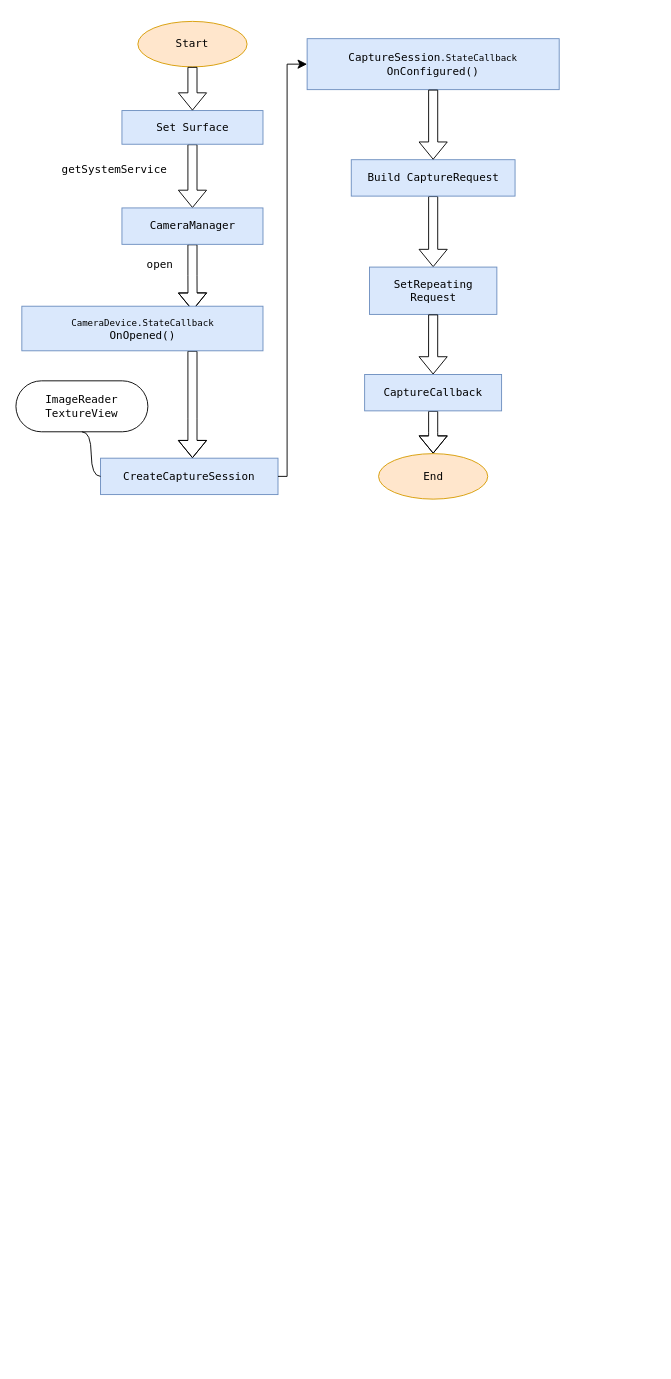
Before: camera2.drawio in Bright-Hsu/Real-Time-Trans-Server, a draw.io diagram. Source tidied: cells renumbered, new cells numbered last; positions are measured from the earlier drawing's top-left corner, leaving out a move shared by most shapes. Both pictures are drawn from the tidied source at 91%, with x=0, y=0 at pixel (15, 21).
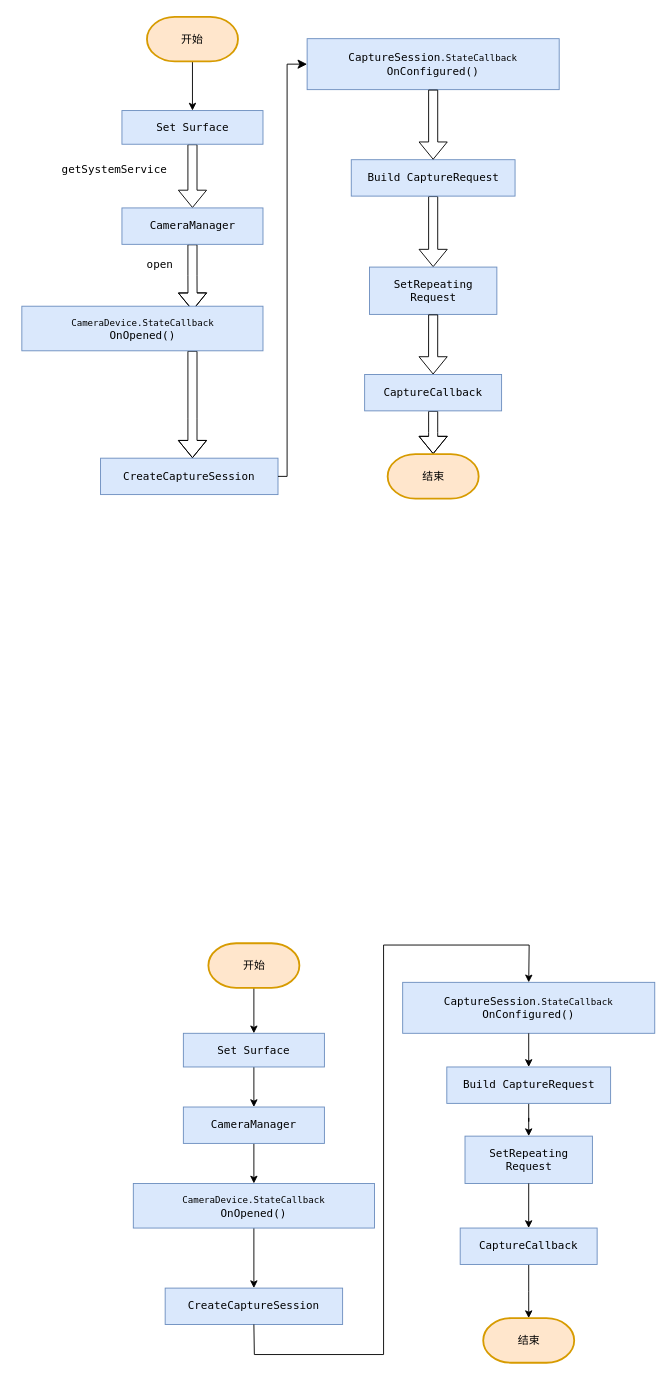
The same diagram, later.

Unchanged cells that the change refers to:
```xml
<mxCell id="7" value="CreateCaptureSession" style="whiteSpace=wrap;html=1;fillColor=#dae8fc;strokeColor=#6c8ebf;fontFamily=Lucida Console;" parent="1" vertex="1">
  <mxGeometry x="93" y="480" width="195" height="40" as="geometry" />
</mxCell>
<mxCell id="11" value="CaptureCallback" style="whiteSpace=wrap;html=1;fillColor=#dae8fc;strokeColor=#6c8ebf;fontFamily=Lucida Console;" parent="1" vertex="1">
  <mxGeometry x="383.2" y="388" width="150.5" height="40" as="geometry" />
</mxCell>
<mxCell id="16" value="Set Surface" style="whiteSpace=wrap;html=1;fillColor=#dae8fc;strokeColor=#6c8ebf;fontFamily=Lucida Console;" parent="1" vertex="1">
  <mxGeometry x="116.5" y="98" width="155" height="37" as="geometry" />
</mxCell>
```

The edit, as a diff of the source:
```diff
@@
-    <mxCell id="10" style="edgeStyle=orthogonalEdgeStyle;rounded=0;jettySize=auto;html=1;shape=flexArrow;fontFamily=Lucida Console;" parent="1" edge="1" source="11" target="12">
+    <mxCell id="10" style="edgeStyle=orthogonalEdgeStyle;rounded=0;jettySize=auto;html=1;shape=flexArrow;fontFamily=Lucida Console;entryX=0.5;entryY=0;entryDx=0;entryDy=0;entryPerimeter=0;" parent="1" edge="1" source="11" target="26">
       <mxGeometry relative="1" as="geometry" />
     </mxCell>
@@
-    <mxCell id="12" value="End" style="ellipse;whiteSpace=wrap;html=1;fillColor=#ffe6cc;strokeColor=#d79b00;fontFamily=Lucida Console;" parent="1" vertex="1">
-      <mxGeometry x="398.5" y="475" width="120" height="50" as="geometry" />
-    </mxCell>
@@
-    <mxCell id="15" value="Start" style="ellipse;whiteSpace=wrap;html=1;fillColor=#ffe6cc;strokeColor=#d79b00;fontFamily=Lucida Console;" parent="1" vertex="1">
-      <mxGeometry x="134" width="120" height="50" as="geometry" />
-    </mxCell>
@@
-    <mxCell id="17" style="edgeStyle=orthogonalEdgeStyle;rounded=0;jettySize=auto;html=1;shape=flexArrow;fontFamily=Lucida Console;entryX=0.5;entryY=0;entryDx=0;entryDy=0;exitX=0.5;exitY=1;exitDx=0;exitDy=0;" parent="1" edge="1" source="15" target="16">
+    <mxCell id="17" style="edgeStyle=orthogonalEdgeStyle;rounded=0;jettySize=auto;html=1;fontFamily=Lucida Console;entryX=0.5;entryY=0;entryDx=0;entryDy=0;" parent="1" edge="1" source="25" target="16">
       <mxGeometry relative="1" as="geometry" />
     </mxCell>
-    <mxCell id="18" value="&lt;font face=&quot;Lucida Console&quot;&gt;ImageReader&lt;br&gt;TextureView&lt;/font&gt;" style="whiteSpace=wrap;html=1;rounded=1;arcSize=50;align=center;verticalAlign=middle;strokeWidth=1;spacing=4;newEdgeStyle={&quot;edgeStyle&quot;:&quot;entityRelationEdgeStyle&quot;,&quot;startArrow&quot;:&quot;none&quot;,&quot;endArrow&quot;:&quot;none&quot;,&quot;segment&quot;:10,&quot;curved&quot;:1,&quot;sourcePerimeterSpacing&quot;:0,&quot;targetPerimeterSpacing&quot;:0};" parent="1" vertex="1">
-      <mxGeometry y="395" width="145" height="56" as="geometry" />
-    </mxCell>
-    <mxCell id="19" style="edgeStyle=entityRelationEdgeStyle;startArrow=none;endArrow=none;segment=10;curved=1;sourcePerimeterSpacing=0;targetPerimeterSpacing=0;rounded=0;exitX=0;exitY=0.5;exitDx=0;exitDy=0;entryX=0.5;entryY=1;entryDx=0;entryDy=0;" parent="1" edge="1" source="7" target="18">
-      <mxGeometry relative="1" as="geometry" />
-    </mxCell>
@@
+    <mxCell id="25" value="开始" style="strokeWidth=2;html=1;shape=mxgraph.flowchart.terminator;whiteSpace=wrap;fillColor=#ffe6cc;strokeColor=#d79b00;" parent="1" vertex="1">
+      <mxGeometry x="144" y="-5" width="100" height="49" as="geometry" />
+    </mxCell>
+    <mxCell id="26" value="结束" style="strokeWidth=2;html=1;shape=mxgraph.flowchart.terminator;whiteSpace=wrap;fillColor=#ffe6cc;strokeColor=#d79b00;" parent="1" vertex="1">
+      <mxGeometry x="408.5" y="475.5" width="100" height="49" as="geometry" />
+    </mxCell>
+    <mxCell id="27" style="edgeStyle=orthogonalEdgeStyle;rounded=0;jettySize=auto;html=1;fontFamily=Lucida Console;exitX=0.5;exitY=1;exitDx=0;exitDy=0;" parent="1" edge="1" source="37" target="29">
+      <mxGeometry relative="1" as="geometry" />
+    </mxCell>
+    <mxCell id="28" style="edgeStyle=orthogonalEdgeStyle;rounded=0;jettySize=auto;html=1;fontFamily=Lucida Console;entryX=0.5;entryY=0;entryDx=0;entryDy=0;" parent="1" edge="1" source="29" target="31">
+      <mxGeometry relative="1" as="geometry" />
+    </mxCell>
+    <mxCell id="29" value="CameraManager" style="whiteSpace=wrap;html=1;fillColor=#dae8fc;strokeColor=#6c8ebf;fontFamily=Lucida Console;" parent="1" vertex="1">
+      <mxGeometry x="184" y="1193" width="155" height="40" as="geometry" />
+    </mxCell>
+    <mxCell id="30" style="edgeStyle=orthogonalEdgeStyle;rounded=0;jettySize=auto;html=1;" parent="1" edge="1" source="31" target="32">
+      <mxGeometry relative="1" as="geometry" />
+    </mxCell>
+    <mxCell id="31" value="&lt;font size=&quot;1&quot;&gt;CameraDevice.StateCallback&lt;/font&gt;&lt;br&gt;OnOpened()" style="whiteSpace=wrap;html=1;fillColor=#dae8fc;strokeColor=#6c8ebf;fontFamily=Lucida Console;" parent="1" vertex="1">
+      <mxGeometry x="129" y="1277" width="265" height="49" as="geometry" />
+    </mxCell>
+    <mxCell id="32" value="CreateCaptureSession" style="whiteSpace=wrap;html=1;fillColor=#dae8fc;strokeColor=#6c8ebf;fontFamily=Lucida Console;" parent="1" vertex="1">
+      <mxGeometry x="164" y="1392" width="195" height="40" as="geometry" />
+    </mxCell>
+    <mxCell id="33" style="edgeStyle=orthogonalEdgeStyle;rounded=0;jettySize=auto;html=1;fontFamily=Lucida Console;entryX=0.5;entryY=0;entryDx=0;entryDy=0;" parent="1" edge="1" source="34" target="41">
+      <mxGeometry relative="1" as="geometry" />
+    </mxCell>
+    <mxCell id="34" value="Build CaptureRequest" style="whiteSpace=wrap;html=1;fillColor=#dae8fc;strokeColor=#6c8ebf;fontFamily=Lucida Console;" parent="1" vertex="1">
+      <mxGeometry x="473.5" y="1149" width="180" height="40" as="geometry" />
+    </mxCell>
+    <mxCell id="35" style="edgeStyle=orthogonalEdgeStyle;rounded=0;jettySize=auto;html=1;fontFamily=Lucida Console;entryX=0.5;entryY=0;entryDx=0;entryDy=0;entryPerimeter=0;" parent="1" edge="1" source="36" target="44">
+      <mxGeometry relative="1" as="geometry" />
+    </mxCell>
+    <mxCell id="36" value="CaptureCallback" style="whiteSpace=wrap;html=1;fillColor=#dae8fc;strokeColor=#6c8ebf;fontFamily=Lucida Console;" parent="1" vertex="1">
+      <mxGeometry x="488.2" y="1326" width="150.5" height="40" as="geometry" />
+    </mxCell>
+    <mxCell id="37" value="Set Surface" style="whiteSpace=wrap;html=1;fillColor=#dae8fc;strokeColor=#6c8ebf;fontFamily=Lucida Console;" parent="1" vertex="1">
+      <mxGeometry x="184" y="1112" width="155" height="37" as="geometry" />
+    </mxCell>
+    <mxCell id="38" style="edgeStyle=orthogonalEdgeStyle;rounded=0;jettySize=auto;html=1;fontFamily=Lucida Console;entryX=0.5;entryY=0;entryDx=0;entryDy=0;" parent="1" edge="1" source="43" target="37">
+      <mxGeometry relative="1" as="geometry" />
+    </mxCell>
+    <mxCell id="39" value="CaptureSession&lt;font size=&quot;1&quot;&gt;.StateCallback&lt;/font&gt;&lt;br&gt;OnConfigured()" style="whiteSpace=wrap;html=1;fillColor=#dae8fc;strokeColor=#6c8ebf;fontFamily=Lucida Console;" parent="1" vertex="1">
+      <mxGeometry x="425" y="1056" width="277" height="56" as="geometry" />
+    </mxCell>
+    <mxCell id="40" style="edgeStyle=orthogonalEdgeStyle;rounded=0;jettySize=auto;html=1;fontFamily=Lucida Console;exitX=0.5;exitY=1;exitDx=0;exitDy=0;entryX=0.5;entryY=0;entryDx=0;entryDy=0;" parent="1" edge="1" source="39" target="34">
+      <mxGeometry relative="1" as="geometry" />
+    </mxCell>
+    <mxCell id="41" value="SetRepeating&lt;br&gt;Request" style="whiteSpace=wrap;html=1;fillColor=#dae8fc;strokeColor=#6c8ebf;fontFamily=Lucida Console;" parent="1" vertex="1">
+      <mxGeometry x="493.5" y="1225" width="140" height="52" as="geometry" />
+    </mxCell>
+    <mxCell id="42" style="edgeStyle=orthogonalEdgeStyle;rounded=0;jettySize=auto;html=1;fontFamily=Lucida Console;exitX=0.5;exitY=1;exitDx=0;exitDy=0;entryX=0.5;entryY=0;entryDx=0;entryDy=0;" parent="1" edge="1" source="41" target="36">
+      <mxGeometry relative="1" as="geometry" />
+    </mxCell>
+    <mxCell id="43" value="开始" style="strokeWidth=2;html=1;shape=mxgraph.flowchart.terminator;whiteSpace=wrap;fillColor=#ffe6cc;strokeColor=#d79b00;" parent="1" vertex="1">
+      <mxGeometry x="211.5" y="1013" width="100" height="49" as="geometry" />
+    </mxCell>
+    <mxCell id="44" value="结束" style="strokeWidth=2;html=1;shape=mxgraph.flowchart.terminator;whiteSpace=wrap;fillColor=#ffe6cc;strokeColor=#d79b00;" parent="1" vertex="1">
+      <mxGeometry x="513.5" y="1425" width="100" height="49" as="geometry" />
+    </mxCell>
+    <mxCell id="45" style="endArrow=classic;html=1;rounded=0;exitX=0.5;exitY=1;exitDx=0;exitDy=0;entryX=0.5;entryY=0;entryDx=0;entryDy=0;" parent="1" edge="1" source="32" target="39">
+      <mxGeometry relative="1" as="geometry">
+        <Array as="points">
+          <mxPoint x="262" y="1465" />
+          <mxPoint x="404" y="1465" />
+          <mxPoint x="404" y="1015" />
+          <mxPoint x="564" y="1015" />
+        </Array>
+      </mxGeometry>
+    </mxCell>
```
